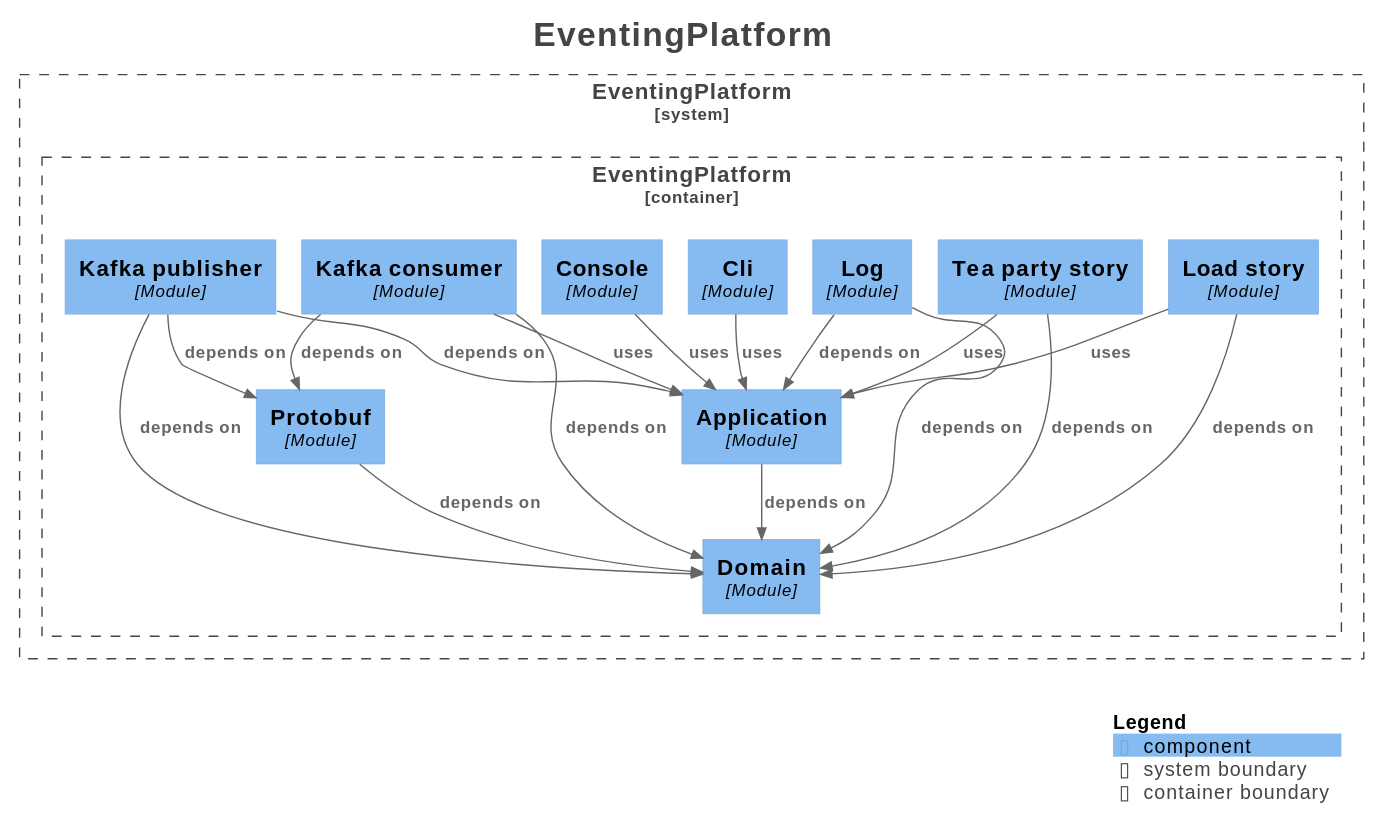
Mathmagicians/confluent-eventing-playground keeps this PlantUML diagram as docs/generated/architecture/svg/components.svg. Above is the earlier version.
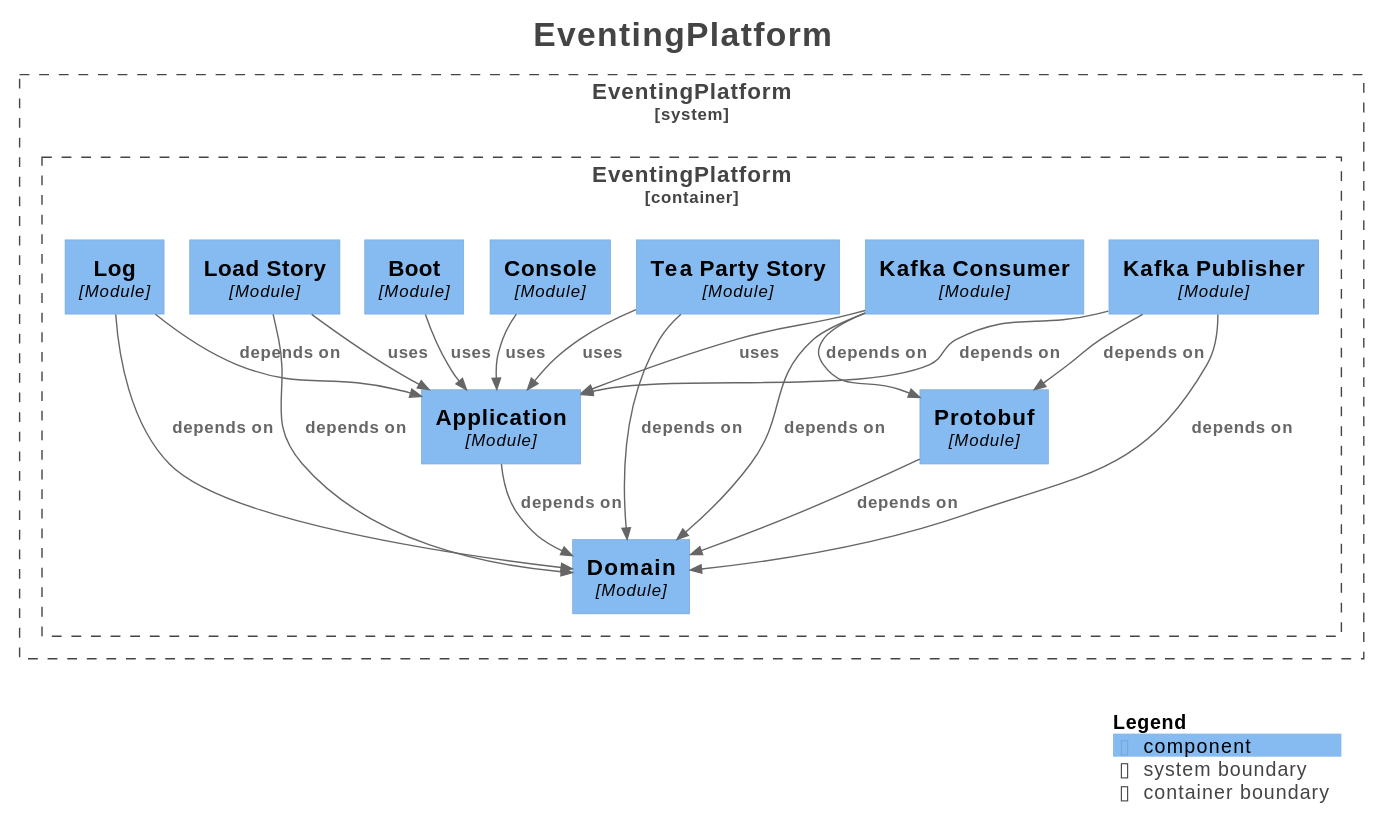
The same file after the commit.

Change to the diagram source:
```diff
@@ -18,36 +18,36 @@
 
 System_Boundary("EventingPlatform_boundary", "EventingPlatform", $tags="") {
   Container_Boundary("EventingPlatform.EventingPlatform_boundary", "EventingPlatform", $tags="") {
-    Component(EventingPlatform.EventingPlatform.Log, "Log", $techn="Module", $descr="", $tags="", $link="")
-    Component(EventingPlatform.EventingPlatform.Loadstory, "Load story", $techn="Module", $descr="", $tags="", $link="")
-    Component(EventingPlatform.EventingPlatform.Teapartystory, "Tea party story", $techn="Module", $descr="", $tags="", $link="")
+    Component(EventingPlatform.EventingPlatform.KafkaPublisher, "Kafka Publisher", $techn="Module", $descr="", $tags="", $link="")
+    Component(EventingPlatform.EventingPlatform.LoadStory, "Load Story", $techn="Module", $descr="", $tags="", $link="")
+    Component(EventingPlatform.EventingPlatform.TeaPartyStory, "Tea Party Story", $techn="Module", $descr="", $tags="", $link="")
     Component(EventingPlatform.EventingPlatform.Domain, "Domain", $techn="Module", $descr="", $tags="", $link="")
     Component(EventingPlatform.EventingPlatform.Protobuf, "Protobuf", $techn="Module", $descr="", $tags="", $link="")
     Component(EventingPlatform.EventingPlatform.Application, "Application", $techn="Module", $descr="", $tags="", $link="")
-    Component(EventingPlatform.EventingPlatform.Cli, "Cli", $techn="Module", $descr="", $tags="", $link="")
+    Component(EventingPlatform.EventingPlatform.Boot, "Boot", $techn="Module", $descr="", $tags="", $link="")
     Component(EventingPlatform.EventingPlatform.Console, "Console", $techn="Module", $descr="", $tags="", $link="")
-    Component(EventingPlatform.EventingPlatform.Kafkaconsumer, "Kafka consumer", $techn="Module", $descr="", $tags="", $link="")
-    Component(EventingPlatform.EventingPlatform.Kafkapublisher, "Kafka publisher", $techn="Module", $descr="", $tags="", $link="")
+    Component(EventingPlatform.EventingPlatform.Log, "Log", $techn="Module", $descr="", $tags="", $link="")
+    Component(EventingPlatform.EventingPlatform.KafkaConsumer, "Kafka Consumer", $techn="Module", $descr="", $tags="", $link="")
   }
 
 }
 
-Rel(EventingPlatform.EventingPlatform.Kafkaconsumer, EventingPlatform.EventingPlatform.Domain, "depends on", $techn="", $tags="", $link="")
-Rel(EventingPlatform.EventingPlatform.Kafkaconsumer, EventingPlatform.EventingPlatform.Protobuf, "depends on", $techn="", $tags="", $link="")
-Rel(EventingPlatform.EventingPlatform.Kafkaconsumer, EventingPlatform.EventingPlatform.Application, "uses", $techn="", $tags="", $link="")
 Rel(EventingPlatform.EventingPlatform.Log, EventingPlatform.EventingPlatform.Domain, "depends on", $techn="", $tags="", $link="")
 Rel(EventingPlatform.EventingPlatform.Log, EventingPlatform.EventingPlatform.Application, "depends on", $techn="", $tags="", $link="")
-Rel(EventingPlatform.EventingPlatform.Teapartystory, EventingPlatform.EventingPlatform.Domain, "depends on", $techn="", $tags="", $link="")
-Rel(EventingPlatform.EventingPlatform.Teapartystory, EventingPlatform.EventingPlatform.Application, "uses", $techn="", $tags="", $link="")
+Rel(EventingPlatform.EventingPlatform.KafkaConsumer, EventingPlatform.EventingPlatform.Domain, "depends on", $techn="", $tags="", $link="")
+Rel(EventingPlatform.EventingPlatform.KafkaConsumer, EventingPlatform.EventingPlatform.Protobuf, "depends on", $techn="", $tags="", $link="")
+Rel(EventingPlatform.EventingPlatform.KafkaConsumer, EventingPlatform.EventingPlatform.Application, "uses", $techn="", $tags="", $link="")
+Rel(EventingPlatform.EventingPlatform.Boot, EventingPlatform.EventingPlatform.Application, "uses", $techn="", $tags="", $link="")
+Rel(EventingPlatform.EventingPlatform.Console, EventingPlatform.EventingPlatform.Application, "uses", $techn="", $tags="", $link="")
+Rel(EventingPlatform.EventingPlatform.LoadStory, EventingPlatform.EventingPlatform.Domain, "depends on", $techn="", $tags="", $link="")
+Rel(EventingPlatform.EventingPlatform.LoadStory, EventingPlatform.EventingPlatform.Application, "uses", $techn="", $tags="", $link="")
+Rel(EventingPlatform.EventingPlatform.KafkaPublisher, EventingPlatform.EventingPlatform.Domain, "depends on", $techn="", $tags="", $link="")
+Rel(EventingPlatform.EventingPlatform.KafkaPublisher, EventingPlatform.EventingPlatform.Protobuf, "depends on", $techn="", $tags="", $link="")
+Rel(EventingPlatform.EventingPlatform.KafkaPublisher, EventingPlatform.EventingPlatform.Application, "depends on", $techn="", $tags="", $link="")
+Rel(EventingPlatform.EventingPlatform.TeaPartyStory, EventingPlatform.EventingPlatform.Domain, "depends on", $techn="", $tags="", $link="")
+Rel(EventingPlatform.EventingPlatform.TeaPartyStory, EventingPlatform.EventingPlatform.Application, "uses", $techn="", $tags="", $link="")
 Rel(EventingPlatform.EventingPlatform.Protobuf, EventingPlatform.EventingPlatform.Domain, "depends on", $techn="", $tags="", $link="")
 Rel(EventingPlatform.EventingPlatform.Application, EventingPlatform.EventingPlatform.Domain, "depends on", $techn="", $tags="", $link="")
-Rel(EventingPlatform.EventingPlatform.Cli, EventingPlatform.EventingPlatform.Application, "uses", $techn="", $tags="", $link="")
-Rel(EventingPlatform.EventingPlatform.Loadstory, EventingPlatform.EventingPlatform.Domain, "depends on", $techn="", $tags="", $link="")
-Rel(EventingPlatform.EventingPlatform.Loadstory, EventingPlatform.EventingPlatform.Application, "uses", $techn="", $tags="", $link="")
-Rel(EventingPlatform.EventingPlatform.Console, EventingPlatform.EventingPlatform.Application, "uses", $techn="", $tags="", $link="")
-Rel(EventingPlatform.EventingPlatform.Kafkapublisher, EventingPlatform.EventingPlatform.Domain, "depends on", $techn="", $tags="", $link="")
-Rel(EventingPlatform.EventingPlatform.Kafkapublisher, EventingPlatform.EventingPlatform.Protobuf, "depends on", $techn="", $tags="", $link="")
-Rel(EventingPlatform.EventingPlatform.Kafkapublisher, EventingPlatform.EventingPlatform.Application, "depends on", $techn="", $tags="", $link="")
 
 SHOW_LEGEND(true)
 hide stereotypes
```
